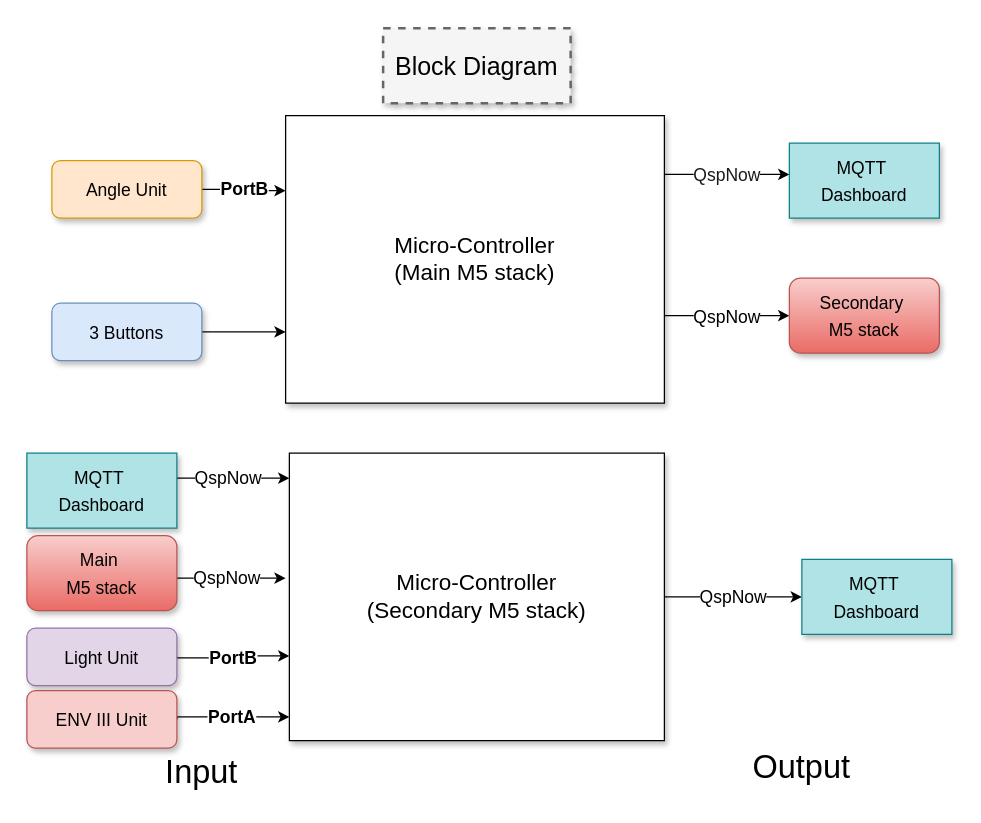
The draw.io diagram Untitled Diagram.drawio in Doris252/EEP, before the edit. Source tidied: cells renumbered, new cells numbered last; positions are measured from the earlier drawing's top-left corner, leaving out a move shared by most shapes. Both pictures are drawn from the tidied source at 125%, with x=0, y=0 at pixel (26, 28).
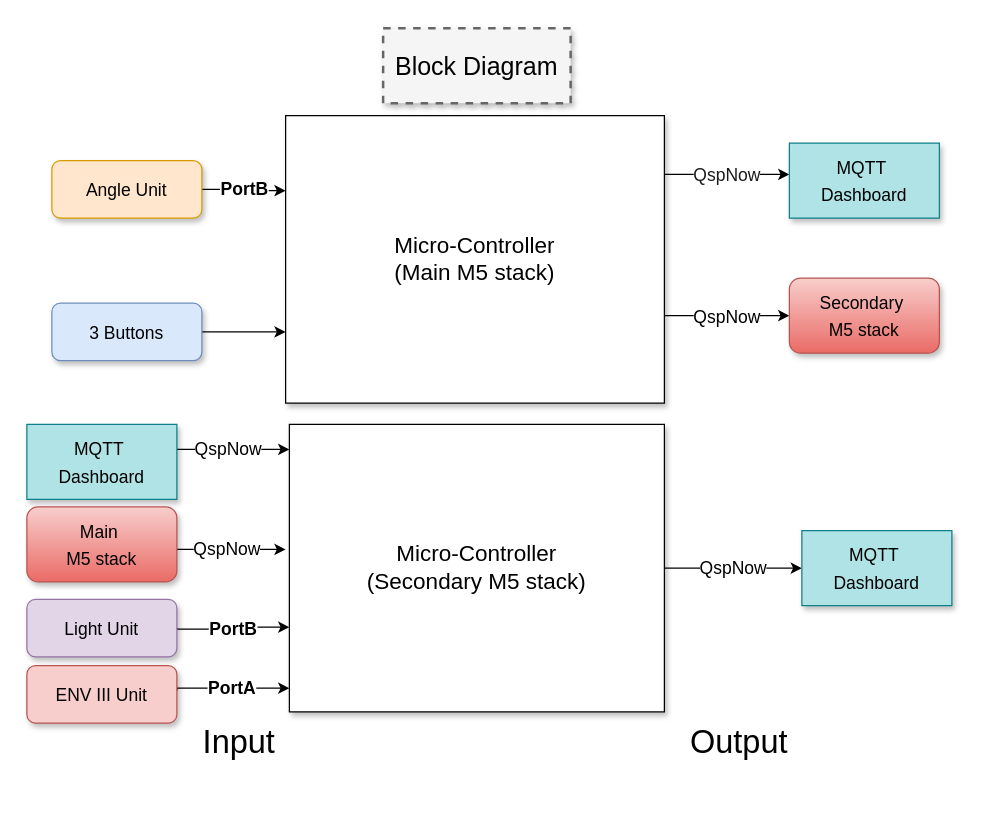
Above is the later version.

What changed in the source:
```diff
@@
-    <mxCell id="13" value="&lt;font style=&quot;font-size: 14px;&quot;&gt;QspNow&lt;/font&gt;" style="edgeStyle=orthogonalEdgeStyle;rounded=0;jettySize=auto;html=1;" parent="1" edge="1" source="14" target="23">
-      <mxGeometry relative="1" as="geometry" />
+    <mxCell id="13" value="&lt;font style=&quot;font-size: 14px;&quot;&gt;QspNow&lt;/font&gt;" style="edgeStyle=orthogonalEdgeStyle;rounded=0;orthogonalLoop=1;jettySize=auto;html=1;" parent="1" edge="1">
+      <mxGeometry relative="1" as="geometry">
+        <mxPoint x="510" y="432" as="sourcePoint" />
+        <mxPoint x="620" y="432" as="targetPoint" />
+      </mxGeometry>
     </mxCell>
     <mxCell id="14" value="Micro-Controller&lt;div&gt;(Secondary M5 stack)&lt;/div&gt;" style="whiteSpace=wrap;html=1;shadow=1;fontSize=18;" parent="1" vertex="1">
-      <mxGeometry x="210" y="340" width="300" height="230" as="geometry" />
+      <mxGeometry x="210" y="317" width="300" height="230" as="geometry" />
     </mxCell>
-    <mxCell id="15" value="&lt;font style=&quot;font-size: 14px;&quot;&gt;QspNow&lt;/font&gt;" style="edgeStyle=orthogonalEdgeStyle;rounded=0;jettySize=auto;html=1;" parent="1" edge="1" source="16" target="14">
+    <mxCell id="15" value="&lt;font style=&quot;font-size: 14px;&quot;&gt;QspNow&lt;/font&gt;" style="edgeStyle=orthogonalEdgeStyle;rounded=0;jettySize=auto;html=1;" parent="1" edge="1" source="16">
       <mxGeometry x="-0.08" relative="1" as="geometry">
+        <mxPoint x="210" y="337" as="targetPoint" />
         <Array as="points">
-          <mxPoint x="160" y="360" />
-          <mxPoint x="160" y="360" />
+          <mxPoint x="160" y="337" />
+          <mxPoint x="160" y="337" />
         </Array>
       </mxGeometry>
     </mxCell>
     <mxCell id="16" value="&lt;font style=&quot;font-size: 14px;&quot;&gt;MQTT&amp;nbsp;&lt;/font&gt;&lt;div&gt;&lt;font style=&quot;font-size: 14px;&quot;&gt;Dashboard&lt;/font&gt;&lt;/div&gt;" style="whiteSpace=wrap;html=1;shadow=1;fontSize=18;fillColor=#b0e3e6;strokeColor=#0e8088;" parent="1" vertex="1">
-      <mxGeometry y="340" width="120" height="60" as="geometry" />
+      <mxGeometry y="317" width="120" height="60" as="geometry" />
     </mxCell>
     <mxCell id="17" value="&lt;font style=&quot;font-size: 14px;&quot;&gt;QspNow&lt;/font&gt;" style="edgeStyle=orthogonalEdgeStyle;rounded=0;orthogonalLoop=1;jettySize=auto;html=1;" parent="1" edge="1">
       <mxGeometry x="0.03" relative="1" as="geometry">
-        <mxPoint x="130" y="440" as="sourcePoint" />
-        <mxPoint x="207" y="440" as="targetPoint" />
+        <mxPoint x="130" y="417" as="sourcePoint" />
+        <mxPoint x="207" y="417" as="targetPoint" />
         <Array as="points">
-          <mxPoint x="120" y="440" />
-          <mxPoint x="207" y="440" />
+          <mxPoint x="120" y="417" />
+          <mxPoint x="207" y="417" />
         </Array>
       </mxGeometry>
     </mxCell>
     <mxCell id="18" value="&lt;font style=&quot;font-size: 14px;&quot;&gt;Main&amp;nbsp;&lt;/font&gt;&lt;div&gt;&lt;font style=&quot;font-size: 14px;&quot;&gt;M5 stack&lt;/font&gt;&lt;/div&gt;" style="rounded=1;whiteSpace=wrap;html=1;fontSize=18;shadow=1;fillColor=#f8cecc;strokeColor=#b85450;gradientColor=#ea6b66;" parent="1" vertex="1">
-      <mxGeometry y="406" width="120" height="60" as="geometry" />
+      <mxGeometry y="383" width="120" height="60" as="geometry" />
     </mxCell>
     <mxCell id="19" value="&lt;font style=&quot;font-size: 14px;&quot;&gt;&lt;b&gt;PortB&lt;/b&gt;&lt;/font&gt;" style="edgeStyle=orthogonalEdgeStyle;rounded=0;orthogonalLoop=1;jettySize=auto;html=1;entryX=0;entryY=0.75;entryDx=0;entryDy=0;" parent="1" edge="1">
       <mxGeometry x="0.02" y="1" relative="1" as="geometry">
-        <mxPoint x="120" y="502.8" as="sourcePoint" />
-        <mxPoint x="210" y="502.2" as="targetPoint" />
+        <mxPoint x="120" y="479.8" as="sourcePoint" />
+        <mxPoint x="210" y="479.2" as="targetPoint" />
         <Array as="points">
-          <mxPoint x="120" y="503.8" />
-          <mxPoint x="166" y="503.8" />
-          <mxPoint x="166" y="502.8" />
+          <mxPoint x="120" y="480.8" />
+          <mxPoint x="166" y="480.8" />
+          <mxPoint x="166" y="479.8" />
         </Array>
       </mxGeometry>
     </mxCell>
     <mxCell id="20" value="&lt;font style=&quot;font-size: 14px;&quot;&gt;Light Unit&lt;/font&gt;" style="rounded=1;whiteSpace=wrap;html=1;fontSize=18;shadow=1;fillColor=#e1d5e7;strokeColor=#9673a6;" parent="1" vertex="1">
-      <mxGeometry y="480" width="120" height="46" as="geometry" />
+      <mxGeometry y="457" width="120" height="46" as="geometry" />
     </mxCell>
-    <mxCell id="21" value="&lt;font style=&quot;font-size: 14px;&quot;&gt;&lt;b&gt;PortA&lt;/b&gt;&lt;/font&gt;" style="edgeStyle=orthogonalEdgeStyle;rounded=0;jettySize=auto;html=1;exitX=1;exitY=0.5;exitDx=0;exitDy=0;" parent="1" edge="1" source="22">
+    <mxCell id="21" value="&lt;font style=&quot;font-size: 14px;&quot;&gt;&lt;b&gt;PortA&lt;/b&gt;&lt;/font&gt;" style="edgeStyle=orthogonalEdgeStyle;rounded=0;orthogonalLoop=1;jettySize=auto;html=1;exitX=1;exitY=0.5;exitDx=0;exitDy=0;" parent="1" edge="1">
       <mxGeometry relative="1" as="geometry">
-        <mxPoint x="210" y="551" as="targetPoint" />
+        <mxPoint x="120" y="530" as="sourcePoint" />
+        <mxPoint x="210" y="528" as="targetPoint" />
         <Array as="points">
-          <mxPoint x="120" y="551" />
+          <mxPoint x="120" y="528" />
         </Array>
       </mxGeometry>
     </mxCell>
     <mxCell id="22" value="&lt;font style=&quot;font-size: 14px;&quot;&gt;ENV III Unit&lt;/font&gt;" style="rounded=1;whiteSpace=wrap;html=1;fontSize=18;shadow=1;fillColor=#f8cecc;strokeColor=#b85450;" parent="1" vertex="1">
-      <mxGeometry y="530" width="120" height="46" as="geometry" />
+      <mxGeometry y="510" width="120" height="46" as="geometry" />
     </mxCell>
     <mxCell id="23" value="&lt;font style=&quot;font-size: 14px;&quot;&gt;MQTT&amp;nbsp;&lt;/font&gt;&lt;div&gt;&lt;font style=&quot;font-size: 14px;&quot;&gt;Dashboard&lt;/font&gt;&lt;/div&gt;" style="whiteSpace=wrap;html=1;shadow=1;fontSize=18;fillColor=#b0e3e6;strokeColor=#0e8088;" parent="1" vertex="1">
-      <mxGeometry x="620" y="425" width="120" height="60" as="geometry" />
+      <mxGeometry x="620" y="402" width="120" height="60" as="geometry" />
     </mxCell>
     <mxCell id="24" value="&lt;font style=&quot;font-size: 26px;&quot;&gt;Input&lt;/font&gt;" style="text;html=1;align=center;verticalAlign=middle;whiteSpace=wrap;rounded=0;" parent="1" vertex="1">
-      <mxGeometry x="110" y="580" width="60" height="30" as="geometry" />
+      <mxGeometry x="140" y="556" width="60" height="30" as="geometry" />
     </mxCell>
     <mxCell id="25" value="&lt;font style=&quot;font-size: 26px;&quot;&gt;Output&lt;/font&gt;" style="text;html=1;align=center;verticalAlign=middle;whiteSpace=wrap;rounded=0;" parent="1" vertex="1">
-      <mxGeometry x="590" y="576" width="60" height="30" as="geometry" />
+      <mxGeometry x="540" y="556" width="60" height="30" as="geometry" />
     </mxCell>
```
